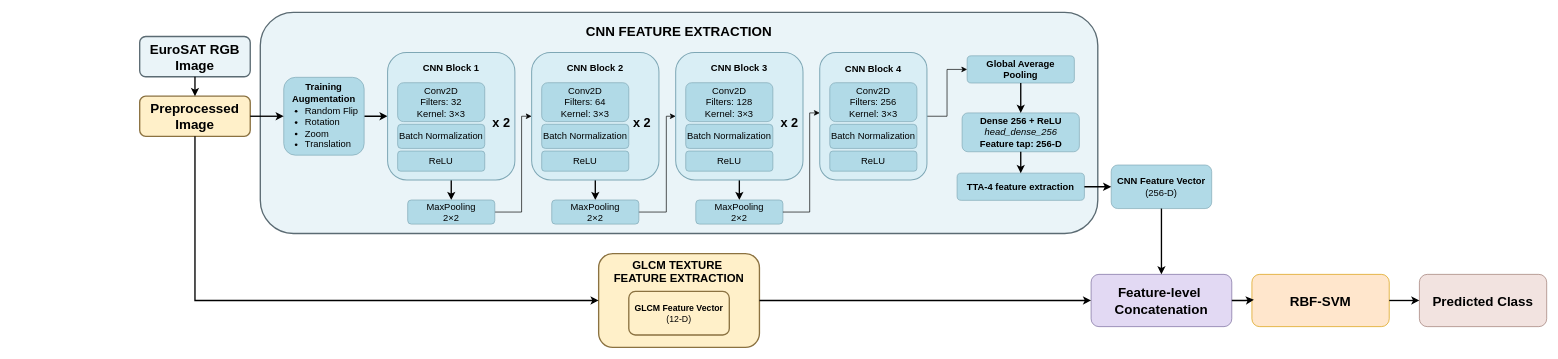
fac010150-cyber/draw_io keeps this draw.io diagram as m8_archi.drawio. Above is the earlier version. Source tidied: cells renumbered, new cells numbered last; positions are measured from the earlier drawing's top-left corner, leaving out a move shared by most shapes. Both pictures are drawn from the tidied source at 67%, with x=0, y=0 at pixel (139, 12).
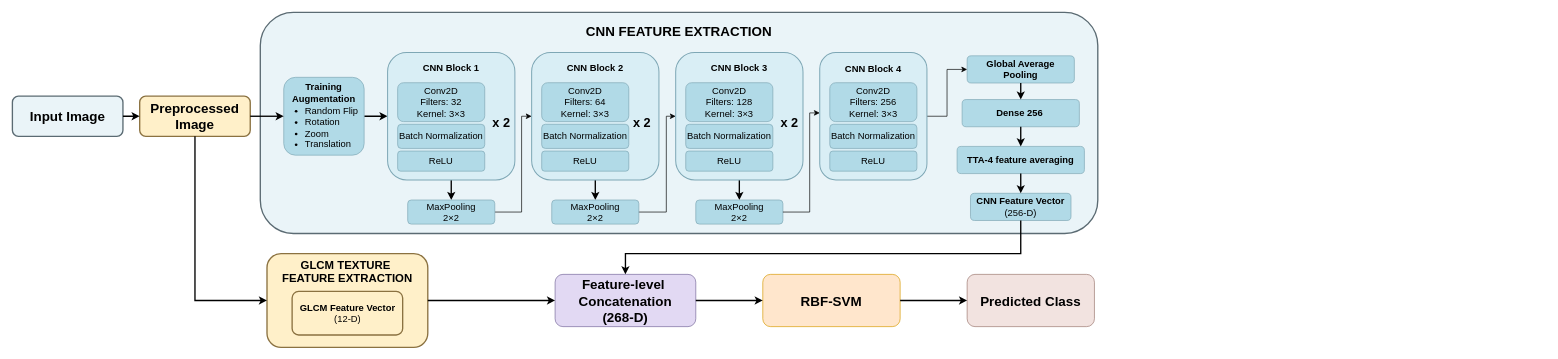
The same diagram, later.

What changed in the source:
```diff
@@
-    <mxCell id="2" value="&lt;span&gt;EuroSAT RGB Image&lt;/span&gt;" style="rounded=1;whiteSpace=wrap;html=1;fillColor=#EAF4F8;strokeColor=#5B6B73;strokeWidth=2;fontSize=20;fontStyle=1;" parent="1" vertex="1">
-      <mxGeometry y="36" width="165" height="60" as="geometry" />
+    <mxCell id="2" value="&lt;span&gt;Input Image&lt;/span&gt;" style="rounded=1;whiteSpace=wrap;html=1;fillColor=#EAF4F8;strokeColor=#5B6B73;strokeWidth=2;fontSize=20;fontStyle=1;" parent="1" vertex="1">
+      <mxGeometry x="-190" y="125" width="165" height="60" as="geometry" />
     </mxCell>
@@
-    <mxCell id="9" value="&lt;b&gt;Dense 256 + ReLU&lt;/b&gt;&lt;br&gt;&lt;i&gt;head_dense_256&lt;/i&gt;&lt;br&gt;&lt;b&gt;Feature tap: 256-D&lt;/b&gt;" style="rounded=1;whiteSpace=wrap;html=1;fillColor=#B1DAE7;strokeColor=#7EA7B5;fontSize=14;" parent="1" vertex="1">
-      <mxGeometry x="1227.5" y="150" width="175" height="58" as="geometry" />
+    <mxCell id="9" value="&lt;b&gt;Dense 256&amp;nbsp;&lt;/b&gt;" style="rounded=1;whiteSpace=wrap;html=1;fillColor=#B1DAE7;strokeColor=#7EA7B5;fontSize=14;" parent="1" vertex="1">
+      <mxGeometry x="1227.5" y="130.1" width="175" height="40.6" as="geometry" />
     </mxCell>
-    <mxCell id="10" value="&lt;b&gt;TTA-4 feature extraction&lt;/b&gt;" style="rounded=1;whiteSpace=wrap;html=1;fillColor=#B1DAE7;strokeColor=#7EA7B5;fontSize=14;" parent="1" vertex="1">
-      <mxGeometry x="1220" y="239.9" width="190" height="40.6" as="geometry" />
+    <mxCell id="10" value="&lt;b&gt;TTA-4 feature averaging&lt;/b&gt;" style="rounded=1;whiteSpace=wrap;html=1;fillColor=#B1DAE7;strokeColor=#7EA7B5;fontSize=14;" parent="1" vertex="1">
+      <mxGeometry x="1220" y="200" width="190" height="40.6" as="geometry" />
     </mxCell>
     <mxCell id="11" value="&lt;b&gt;CNN Feature Vector&lt;/b&gt;&lt;br&gt;(256-D)" style="rounded=1;whiteSpace=wrap;html=1;fillColor=#B1DAE7;strokeColor=#7EA7B5;fontSize=14;" parent="1" vertex="1">
-      <mxGeometry x="1450" y="227.8" width="150" height="65" as="geometry" />
+      <mxGeometry x="1240" y="270" width="150" height="40.6" as="geometry" />
     </mxCell>
     <mxCell id="12" style="rounded=1;whiteSpace=wrap;html=1;fillColor=#FFF0C9;strokeColor=#8B7241;strokeWidth=2;" parent="1" vertex="1">
-      <mxGeometry x="685" y="360" width="240" height="140" as="geometry" />
+      <mxGeometry x="190" y="360" width="240" height="140" as="geometry" />
     </mxCell>
     <mxCell id="13" value="&lt;div&gt;&lt;b&gt;GLCM TEXTURE&amp;nbsp;&lt;/b&gt;&lt;/div&gt;&lt;div&gt;&lt;b&gt;FEATURE EXTRACTION&lt;/b&gt;&lt;/div&gt;" style="text;html=1;whiteSpace=wrap;strokeColor=none;fillColor=none;fontStyle=1;fontSize=17;align=center;" parent="1" vertex="1">
-      <mxGeometry x="695" y="361" width="220" height="30" as="geometry" />
+      <mxGeometry x="200" y="361" width="220" height="30" as="geometry" />
     </mxCell>
-    <mxCell id="14" value="&lt;b&gt;GLCM Feature Vector&lt;/b&gt;&lt;br&gt;(12-D)" style="rounded=1;whiteSpace=wrap;html=1;fillColor=#FFF0C9;strokeColor=#8B7241;strokeWidth=2;fontSize=13;" parent="1" vertex="1">
-      <mxGeometry x="730" y="416.5" width="150" height="65" as="geometry" />
+    <mxCell id="14" value="&lt;b&gt;GLCM Feature Vector&lt;/b&gt;&lt;br&gt;(12-D)" style="rounded=1;whiteSpace=wrap;html=1;fillColor=#FFF0C9;strokeColor=#8B7241;strokeWidth=2;fontSize=14;" parent="1" vertex="1">
+      <mxGeometry x="227.5" y="416.5" width="165" height="65" as="geometry" />
     </mxCell>
-    <mxCell id="15" value="&lt;div&gt;&lt;b&gt;Feature-level&amp;nbsp;&lt;/b&gt;&lt;/div&gt;&lt;div&gt;&lt;b&gt;Concatenation&lt;/b&gt;&lt;/div&gt;" style="rounded=1;whiteSpace=wrap;html=1;fillColor=#E2D9F3;strokeColor=#76689A;fontSize=20;fontStyle=1;" parent="1" vertex="1">
-      <mxGeometry x="1420" y="391" width="210" height="78" as="geometry" />
+    <mxCell id="15" value="&lt;div&gt;&lt;b&gt;Feature-level&amp;nbsp;&lt;/b&gt;&lt;/div&gt;&lt;div&gt;&lt;b&gt;Concatenation&lt;/b&gt;&lt;/div&gt;(268-D)" style="rounded=1;whiteSpace=wrap;html=1;fillColor=#E2D9F3;strokeColor=#76689A;fontSize=20;fontStyle=1;" parent="1" vertex="1">
+      <mxGeometry x="620" y="391" width="210" height="78" as="geometry" />
     </mxCell>
     <mxCell id="16" value="&lt;b&gt;RBF-SVM&lt;/b&gt;" style="rounded=1;whiteSpace=wrap;html=1;fillColor=#ffe6cc;strokeColor=#d79b00;fontSize=20;fontStyle=1;" parent="1" vertex="1">
-      <mxGeometry x="1660" y="391" width="205" height="78" as="geometry" />
+      <mxGeometry x="930" y="391" width="205" height="78" as="geometry" />
     </mxCell>
     <mxCell id="17" value="&lt;b&gt;Predicted Class&lt;/b&gt;" style="rounded=1;whiteSpace=wrap;html=1;fillColor=#F2E3E0;strokeColor=#9B7770;fontSize=20;fontStyle=1;" parent="1" vertex="1">
-      <mxGeometry x="1910" y="391" width="190" height="78" as="geometry" />
+      <mxGeometry x="1235" y="391" width="190" height="78" as="geometry" />
     </mxCell>
@@
     <mxCell id="23" style="edgeStyle=orthogonalEdgeStyle;rounded=0;jettySize=auto;html=1;strokeWidth=2;endArrow=classic;" parent="1" edge="1" source="11" target="15">
-      <mxGeometry relative="1" as="geometry" />
+      <mxGeometry x="0.49" relative="1" as="geometry">
+        <Array as="points">
+          <mxPoint x="1315" y="360" />
+          <mxPoint x="725" y="360" />
+        </Array>
+      </mxGeometry>
     </mxCell>
@@
-    <mxCell id="25" style="edgeStyle=orthogonalEdgeStyle;rounded=0;jettySize=auto;html=1;strokeWidth=2;endArrow=classic;" parent="1" edge="1" source="15">
-      <mxGeometry relative="1" as="geometry">
-        <mxPoint x="1663" y="429" as="targetPoint" />
-      </mxGeometry>
+    <mxCell id="25" style="edgeStyle=orthogonalEdgeStyle;rounded=0;jettySize=auto;html=1;strokeWidth=2;endArrow=classic;entryX=0;entryY=0.5;entryDx=0;entryDy=0;" parent="1" edge="1" source="15" target="16">
+      <mxGeometry relative="1" as="geometry" />
     </mxCell>
```
